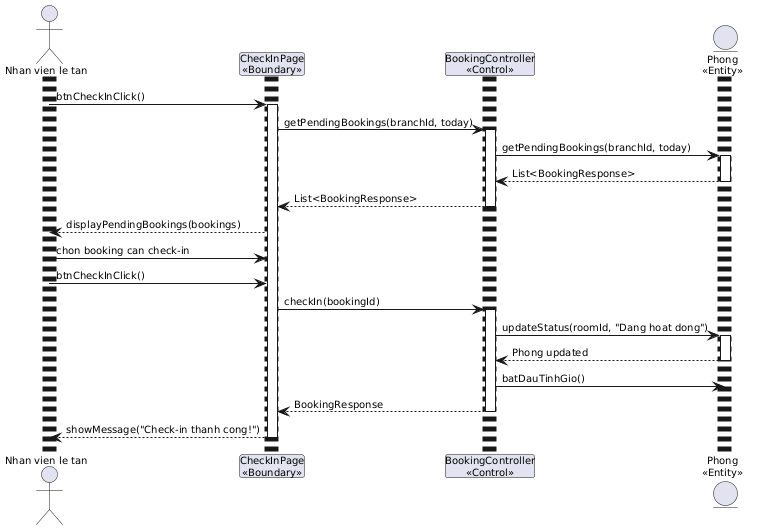
Before: output/diagrams/booking_seq_2.png, a diagram exported from PlantUML (thanhtrnnn/cnpm).
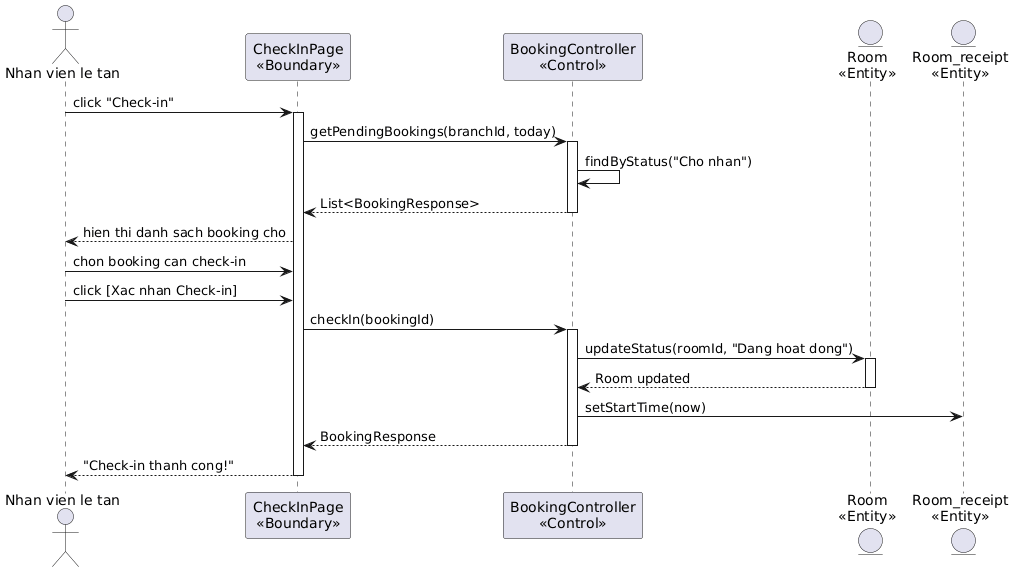
The same file after the commit.

Commit message:
sync: update all sequence diagrams with English entity names per Google Docs

Diff of the diagram source:
```diff
@@ -1,45 +1,30 @@
 @startuml
-skinparam defaultFontName "Arial"
-skinparam defaultFontSize 10
-skinparam shadowing false
-
-<style>
-sequenceDiagram {
-  actor { Padding 2 Margin 2 FontName "Arial" FontSize 10 }
-  participant { Padding 2 Margin 2 FontName "Arial" FontSize 10 }
-  lifeLine { LineThickness 1 Padding 4 }
-  message { FontName "Arial" FontSize 10 Padding 1 }
-}
-</style>
-
 actor "Nhan vien le tan" as NV
 participant "CheckInPage\n<<Boundary>>" as CheckIn
 participant "BookingController\n<<Control>>" as Ctrl
-entity "Phong\n<<Entity>>" as Phong
+entity "Room\n<<Entity>>" as Room
+entity "Room_receipt\n<<Entity>>" as RR
 
-NV -> CheckIn: btnCheckInClick()
+NV -> CheckIn: click "Check-in"
 activate CheckIn
 CheckIn -> Ctrl: getPendingBookings(branchId, today)
 activate Ctrl
-Ctrl -> Phong: getPendingBookings(branchId, today)
-activate Phong
-Phong --> Ctrl: List<BookingResponse>
-deactivate Phong
+Ctrl -> Ctrl: findByStatus("Cho nhan")
 Ctrl --> CheckIn: List<BookingResponse>
 deactivate Ctrl
-CheckIn --> NV: displayPendingBookings(bookings)
+CheckIn --> NV: hien thi danh sach booking cho
 
 NV -> CheckIn: chon booking can check-in
-NV -> CheckIn: btnCheckInClick()
+NV -> CheckIn: click [Xac nhan Check-in]
 CheckIn -> Ctrl: checkIn(bookingId)
 activate Ctrl
-Ctrl -> Phong: updateStatus(roomId, "Dang hoat dong")
-activate Phong
-Phong --> Ctrl: Phong updated
-deactivate Phong
-Ctrl -> Phong: batDauTinhGio()
+Ctrl -> Room: updateStatus(roomId, "Dang hoat dong")
+activate Room
+Room --> Ctrl: Room updated
+deactivate Room
+Ctrl -> RR: setStartTime(now)
 Ctrl --> CheckIn: BookingResponse
 deactivate Ctrl
-CheckIn --> NV: showMessage("Check-in thanh cong!")
+CheckIn --> NV: "Check-in thanh cong!"
 deactivate CheckIn
 @enduml
```
